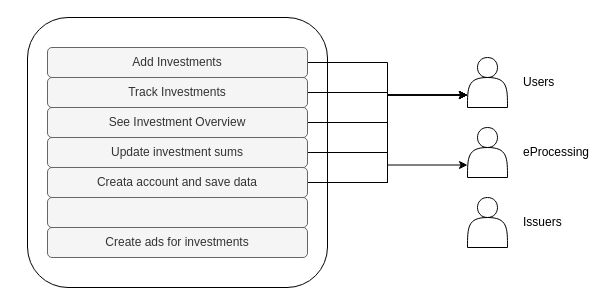
The draw.io diagram artifacts/UseCaseDiagram.drawio in luca-engels-eprocessing/OneFolio, before the edit. Source tidied: cells renumbered, new cells numbered last; positions are measured from the earlier drawing's top-left corner, leaving out a move shared by most shapes. Both pictures are drawn from the tidied source at 100%, with x=0, y=0 at pixel (27, 17).
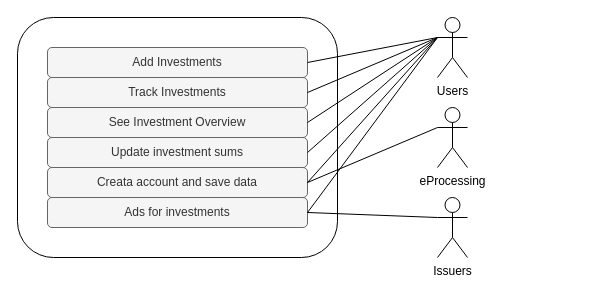
After the change.

What changed in the source:
```diff
@@
     <mxCell id="2" style="rounded=1;whiteSpace=wrap;html=1;" parent="1" vertex="1">
-      <mxGeometry width="300" height="270" as="geometry" />
+      <mxGeometry x="-10" width="320" height="240" as="geometry" />
     </mxCell>
-    <mxCell id="3" style="shape=actor;whiteSpace=wrap;html=1;" parent="1" vertex="1">
-      <mxGeometry x="440" y="40" width="40" height="50" as="geometry" />
-    </mxCell>
-    <mxCell id="4" style="shape=actor;whiteSpace=wrap;html=1;" parent="1" vertex="1">
-      <mxGeometry x="440" y="110" width="40" height="50" as="geometry" />
-    </mxCell>
-    <mxCell id="5" style="shape=actor;whiteSpace=wrap;html=1;" parent="1" vertex="1">
-      <mxGeometry x="440" y="180" width="40" height="50" as="geometry" />
-    </mxCell>
+    <mxCell id="10" value="Add Investments" style="text;html=1;align=center;verticalAlign=middle;whiteSpace=wrap;rounded=1;fillColor=#f5f5f5;fontColor=#333333;strokeColor=#666666;" parent="1" vertex="1">
+      <mxGeometry x="20" y="30" width="260" height="30" as="geometry" />
+    </mxCell>
+    <mxCell id="12" value="Track Investments" style="text;html=1;align=center;verticalAlign=middle;whiteSpace=wrap;rounded=1;fillColor=#f5f5f5;fontColor=#333333;strokeColor=#666666;" parent="1" vertex="1">
+      <mxGeometry x="20" y="60" width="260" height="30" as="geometry" />
+    </mxCell>
+    <mxCell id="14" value="See Investment Overview" style="text;html=1;align=center;verticalAlign=middle;whiteSpace=wrap;rounded=1;fillColor=#f5f5f5;fontColor=#333333;strokeColor=#666666;" parent="1" vertex="1">
+      <mxGeometry x="20" y="90" width="260" height="30" as="geometry" />
+    </mxCell>
+    <mxCell id="16" value="Update investment sums" style="text;html=1;align=center;verticalAlign=middle;whiteSpace=wrap;rounded=1;fillColor=#f5f5f5;fontColor=#333333;strokeColor=#666666;" parent="1" vertex="1">
+      <mxGeometry x="20" y="120" width="260" height="30" as="geometry" />
+    </mxCell>
+    <mxCell id="19" value="Creata account and save data" style="text;html=1;align=center;verticalAlign=middle;whiteSpace=wrap;rounded=1;fillColor=#f5f5f5;fontColor=#333333;strokeColor=#666666;" parent="1" vertex="1">
+      <mxGeometry x="20" y="150" width="260" height="30" as="geometry" />
+    </mxCell>
+    <mxCell id="21" value="Ads for investments" style="text;html=1;align=center;verticalAlign=middle;whiteSpace=wrap;rounded=1;fillColor=#f5f5f5;fontColor=#333333;strokeColor=#666666;" parent="1" vertex="1">
+      <mxGeometry x="20" y="180" width="260" height="30" as="geometry" />
+    </mxCell>
-    <mxCell id="6" value="Users" style="text;strokeColor=none;fillColor=none;align=left;verticalAlign=middle;spacingLeft=4;spacingRight=4;overflow=hidden;points=[[0,0.5],[1,0.5]];portConstraint=eastwest;whiteSpace=wrap;html=1;" parent="1" vertex="1">
-      <mxGeometry x="490" y="50" width="80" height="30" as="geometry" />
+    <mxCell id="6" value="Users" style="shape=umlActor;verticalLabelPosition=bottom;verticalAlign=top;html=1;" parent="1" vertex="1">
+      <mxGeometry x="410" width="30" height="60" as="geometry" />
     </mxCell>
-    <mxCell id="7" value="eProcessing" style="text;strokeColor=none;fillColor=none;align=left;verticalAlign=middle;spacingLeft=4;spacingRight=4;overflow=hidden;points=[[0,0.5],[1,0.5]];portConstraint=eastwest;whiteSpace=wrap;html=1;" parent="1" vertex="1">
-      <mxGeometry x="490" y="120" width="80" height="30" as="geometry" />
+    <mxCell id="7" value="eProcessing" style="shape=umlActor;verticalLabelPosition=bottom;verticalAlign=top;html=1;" parent="1" vertex="1">
+      <mxGeometry x="410" y="90" width="30" height="60" as="geometry" />
     </mxCell>
-    <mxCell id="8" value="Issuers" style="text;strokeColor=none;fillColor=none;align=left;verticalAlign=middle;spacingLeft=4;spacingRight=4;overflow=hidden;points=[[0,0.5],[1,0.5]];portConstraint=eastwest;whiteSpace=wrap;html=1;" parent="1" vertex="1">
-      <mxGeometry x="490" y="190" width="80" height="30" as="geometry" />
+    <mxCell id="8" value="Issuers" style="shape=umlActor;verticalLabelPosition=bottom;verticalAlign=top;html=1;" parent="1" vertex="1">
+      <mxGeometry x="410" y="180" width="30" height="60" as="geometry" />
     </mxCell>
-    <mxCell id="9" style="edgeStyle=orthogonalEdgeStyle;rounded=0;jettySize=auto;html=1;entryX=0;entryY=0.75;entryDx=0;entryDy=0;" parent="1" edge="1" source="10" target="3">
-      <mxGeometry relative="1" as="geometry" />
-    </mxCell>
-    <mxCell id="10" value="Add Investments" style="text;html=1;align=center;verticalAlign=middle;whiteSpace=wrap;rounded=1;fillColor=#f5f5f5;fontColor=#333333;strokeColor=#666666;" parent="1" vertex="1">
-      <mxGeometry x="20" y="30" width="260" height="30" as="geometry" />
-    </mxCell>
-    <mxCell id="11" style="edgeStyle=orthogonalEdgeStyle;rounded=0;jettySize=auto;html=1;entryX=0;entryY=0.75;entryDx=0;entryDy=0;" parent="1" edge="1" source="12" target="3">
-      <mxGeometry relative="1" as="geometry" />
-    </mxCell>
-    <mxCell id="12" value="Track Investments" style="text;html=1;align=center;verticalAlign=middle;whiteSpace=wrap;rounded=1;fillColor=#f5f5f5;fontColor=#333333;strokeColor=#666666;" parent="1" vertex="1">
-      <mxGeometry x="20" y="60" width="260" height="30" as="geometry" />
-    </mxCell>
-    <mxCell id="13" style="edgeStyle=orthogonalEdgeStyle;rounded=0;jettySize=auto;html=1;entryX=0;entryY=0.75;entryDx=0;entryDy=0;" parent="1" edge="1" source="14" target="3">
-      <mxGeometry relative="1" as="geometry" />
-    </mxCell>
-    <mxCell id="14" value="See Investment Overview" style="text;html=1;align=center;verticalAlign=middle;whiteSpace=wrap;rounded=1;fillColor=#f5f5f5;fontColor=#333333;strokeColor=#666666;" parent="1" vertex="1">
-      <mxGeometry x="20" y="90" width="260" height="30" as="geometry" />
-    </mxCell>
-    <mxCell id="15" style="edgeStyle=orthogonalEdgeStyle;rounded=0;jettySize=auto;html=1;entryX=0;entryY=0.75;entryDx=0;entryDy=0;" parent="1" edge="1" source="16" target="3">
-      <mxGeometry relative="1" as="geometry" />
-    </mxCell>
-    <mxCell id="16" value="Update investment sums" style="text;html=1;align=center;verticalAlign=middle;whiteSpace=wrap;rounded=1;fillColor=#f5f5f5;fontColor=#333333;strokeColor=#666666;" parent="1" vertex="1">
-      <mxGeometry x="20" y="120" width="260" height="30" as="geometry" />
-    </mxCell>
-    <mxCell id="17" style="edgeStyle=orthogonalEdgeStyle;rounded=0;jettySize=auto;html=1;entryX=0;entryY=0.75;entryDx=0;entryDy=0;" parent="1" edge="1" source="19" target="3">
-      <mxGeometry relative="1" as="geometry" />
-    </mxCell>
-    <mxCell id="18" style="edgeStyle=orthogonalEdgeStyle;rounded=0;jettySize=auto;html=1;entryX=0;entryY=0.75;entryDx=0;entryDy=0;" parent="1" edge="1" source="19" target="4">
-      <mxGeometry relative="1" as="geometry" />
-    </mxCell>
-    <mxCell id="19" value="Creata account and save data" style="text;html=1;align=center;verticalAlign=middle;whiteSpace=wrap;rounded=1;fillColor=#f5f5f5;fontColor=#333333;strokeColor=#666666;" parent="1" vertex="1">
-      <mxGeometry x="20" y="150" width="260" height="30" as="geometry" />
-    </mxCell>
-    <mxCell id="20" value="&amp;nbsp;&amp;nbsp;" style="text;html=1;align=center;verticalAlign=middle;whiteSpace=wrap;rounded=1;fillColor=#f5f5f5;fontColor=#333333;strokeColor=#666666;" parent="1" vertex="1">
-      <mxGeometry x="20" y="180" width="260" height="30" as="geometry" />
-    </mxCell>
-    <mxCell id="21" value="Create ads for investments" style="text;html=1;align=center;verticalAlign=middle;whiteSpace=wrap;rounded=1;fillColor=#f5f5f5;fontColor=#333333;strokeColor=#666666;" parent="1" vertex="1">
-      <mxGeometry x="20" y="210" width="260" height="30" as="geometry" />
-    </mxCell>
+    <mxCell id="22" style="endArrow=none;html=1;rounded=0;exitX=1;exitY=0.5;exitDx=0;exitDy=0;entryX=0;entryY=0.3333333333333333;entryDx=0;entryDy=0;entryPerimeter=0;" parent="1" edge="1" source="21" target="8">
+      <mxGeometry relative="1" as="geometry" />
+    </mxCell>
+    <mxCell id="23" style="endArrow=none;html=1;rounded=0;entryX=1;entryY=0.5;entryDx=0;entryDy=0;exitX=0;exitY=0.3333333333333333;exitDx=0;exitDy=0;exitPerimeter=0;" parent="1" edge="1" source="7" target="19">
+      <mxGeometry relative="1" as="geometry" />
+    </mxCell>
+    <mxCell id="24" style="endArrow=none;html=1;rounded=0;entryX=0;entryY=0.3333333333333333;entryDx=0;entryDy=0;entryPerimeter=0;exitX=1;exitY=0.5;exitDx=0;exitDy=0;" parent="1" edge="1" source="16" target="6">
+      <mxGeometry relative="1" as="geometry" />
+    </mxCell>
+    <mxCell id="25" style="endArrow=none;html=1;rounded=0;entryX=0;entryY=0.3333333333333333;entryDx=0;entryDy=0;entryPerimeter=0;exitX=1;exitY=0.5;exitDx=0;exitDy=0;" parent="1" edge="1" source="14" target="6">
+      <mxGeometry relative="1" as="geometry" />
+    </mxCell>
+    <mxCell id="26" style="endArrow=none;html=1;rounded=0;entryX=0;entryY=0.3333333333333333;entryDx=0;entryDy=0;entryPerimeter=0;exitX=1;exitY=0.5;exitDx=0;exitDy=0;" parent="1" edge="1" source="19" target="6">
+      <mxGeometry relative="1" as="geometry" />
+    </mxCell>
+    <mxCell id="27" style="endArrow=none;html=1;rounded=0;entryX=0;entryY=0.3333333333333333;entryDx=0;entryDy=0;entryPerimeter=0;exitX=1;exitY=0.5;exitDx=0;exitDy=0;" parent="1" edge="1" source="12" target="6">
+      <mxGeometry relative="1" as="geometry" />
+    </mxCell>
+    <mxCell id="28" style="endArrow=none;html=1;rounded=0;entryX=0;entryY=0.3333333333333333;entryDx=0;entryDy=0;entryPerimeter=0;exitX=1;exitY=0.5;exitDx=0;exitDy=0;" parent="1" edge="1" source="10" target="6">
+      <mxGeometry relative="1" as="geometry" />
+    </mxCell>
+    <mxCell id="29" style="endArrow=none;html=1;rounded=0;entryX=0;entryY=0.3333333333333333;entryDx=0;entryDy=0;entryPerimeter=0;exitX=1;exitY=0.5;exitDx=0;exitDy=0;" parent="1" edge="1" source="21" target="6">
+      <mxGeometry relative="1" as="geometry" />
+    </mxCell>
```
